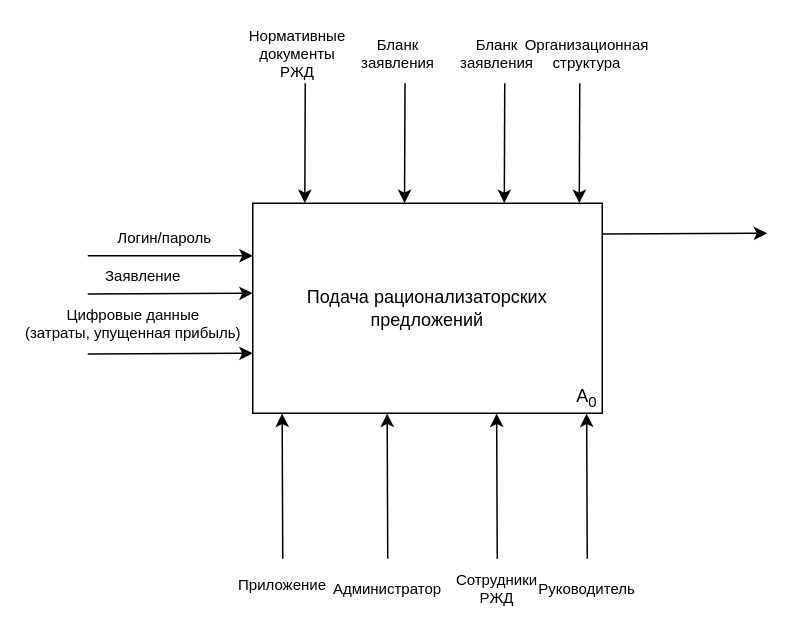
Before: page "Page-1" (1 of 2) of IDEF0.drawio in Ideas-maker/diagram, a draw.io diagram. Source tidied: cells renumbered, new cells numbered last; positions are measured from the earlier drawing's top-left corner, leaving out a move shared by most shapes. Both pictures are drawn from the tidied source at 150%, with x=0, y=0 at pixel (87, 38).
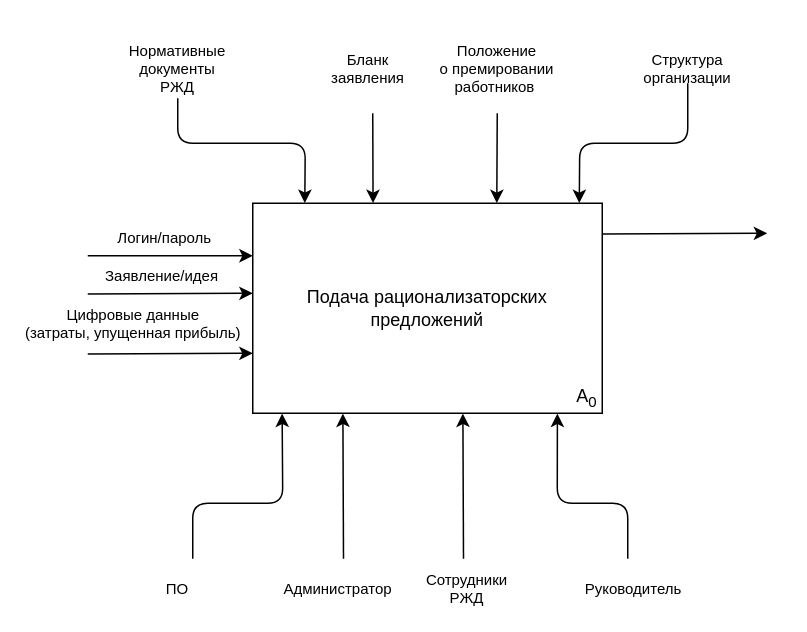
Above is the later version.

Unchanged cells that the change refers to:
```xml
<mxCell id="2" value="Подача рационализаторских предложений" style="rounded=0;whiteSpace=wrap;html=1;" parent="1" vertex="1">
  <mxGeometry x="110" y="110" width="233" height="140" as="geometry" />
</mxCell>
```

Change to the diagram source:
```diff
@@
-    <mxCell id="9" value="Заявление" style="text;html=1;align=left;verticalAlign=top;spacingTop=-4;fontSize=10;" parent="1" vertex="1">
-      <mxGeometry x="10" y="150" width="80" height="20" as="geometry" />
+    <mxCell id="9" value="Заявление/идея" style="text;html=1;align=left;verticalAlign=top;spacingTop=-4;fontSize=10;" parent="1" vertex="1">
+      <mxGeometry x="10" y="150" width="90" height="10" as="geometry" />
     </mxCell>
     <mxCell id="10" style="endArrow=classic;html=1;fontSize=12;entryX=0.127;entryY=1.023;entryDx=0;entryDy=0;entryPerimeter=0;" parent="1" edge="1">
       <mxGeometry relative="1" as="geometry">
-        <mxPoint x="130" y="347" as="sourcePoint" />
+        <mxPoint x="70" y="347" as="sourcePoint" />
         <mxPoint x="129.6" y="250.2" as="targetPoint" />
+        <Array as="points">
+          <mxPoint x="70" y="310" />
+          <mxPoint x="130" y="310" />
+        </Array>
       </mxGeometry>
     </mxCell>
     <mxCell id="11" style="endArrow=classic;html=1;fontSize=12;entryX=0.149;entryY=-0.001;entryDx=0;entryDy=0;entryPerimeter=0;" parent="1" edge="1" target="2">
       <mxGeometry relative="1" as="geometry">
-        <mxPoint x="145" y="30" as="sourcePoint" />
+        <mxPoint x="60" y="40" as="sourcePoint" />
+        <Array as="points">
+          <mxPoint x="60" y="70" />
+          <mxPoint x="145" y="70" />
+        </Array>
       </mxGeometry>
     </mxCell>
     <mxCell id="12" value="Нормативные документы РЖД" style="text;html=1;strokeColor=none;fillColor=none;align=center;verticalAlign=middle;whiteSpace=wrap;rounded=0;fontSize=10;" parent="1" vertex="1">
-      <mxGeometry x="120" width="40" height="20" as="geometry" />
+      <mxGeometry x="40" y="10" width="40" height="20" as="geometry" />
     </mxCell>
     <mxCell id="13" value="Бланк заявления" style="text;html=1;strokeColor=none;fillColor=none;align=center;verticalAlign=middle;whiteSpace=wrap;rounded=0;fontSize=10;" parent="1" vertex="1">
-      <mxGeometry x="186.5" width="40" height="20" as="geometry" />
+      <mxGeometry x="166.5" y="10" width="40" height="20" as="geometry" />
     </mxCell>
     <mxCell id="14" style="endArrow=classic;html=1;fontSize=12;entryX=0.149;entryY=-0.001;entryDx=0;entryDy=0;entryPerimeter=0;" parent="1" edge="1">
       <mxGeometry relative="1" as="geometry">
-        <mxPoint x="211.5" y="30" as="sourcePoint" />
-        <mxPoint x="211.2" y="109.9" as="targetPoint" />
+        <mxPoint x="190" y="50" as="sourcePoint" />
+        <mxPoint x="190.2" y="109.9" as="targetPoint" />
       </mxGeometry>
     </mxCell>
-    <mxCell id="15" value="Бланк заявления" style="text;html=1;strokeColor=none;fillColor=none;align=center;verticalAlign=middle;whiteSpace=wrap;rounded=0;fontSize=10;" parent="1" vertex="1">
-      <mxGeometry x="253" width="40" height="20" as="geometry" />
+    <mxCell id="15" value="&lt;font style=&quot;font-size: 10px&quot;&gt;Положение о&amp;nbsp;&lt;span style=&quot;line-height: 107% ; font-family: &amp;#34;calibri&amp;#34; , sans-serif&quot;&gt;премировании работников&amp;nbsp;&lt;/span&gt;&lt;/font&gt;" style="text;html=1;strokeColor=none;fillColor=none;align=center;verticalAlign=middle;whiteSpace=wrap;rounded=0;fontSize=10;" parent="1" vertex="1">
+      <mxGeometry x="253" y="10" width="40" height="20" as="geometry" />
     </mxCell>
     <mxCell id="16" style="endArrow=classic;html=1;fontSize=12;entryX=0.149;entryY=-0.001;entryDx=0;entryDy=0;entryPerimeter=0;" parent="1" edge="1">
       <mxGeometry relative="1" as="geometry">
-        <mxPoint x="278" y="30" as="sourcePoint" />
-        <mxPoint x="277.7" y="109.9" as="targetPoint" />
+        <mxPoint x="273" y="50" as="sourcePoint" />
+        <mxPoint x="272.7" y="109.9" as="targetPoint" />
       </mxGeometry>
     </mxCell>
-    <mxCell id="17" value="Приложение" style="text;html=1;strokeColor=none;fillColor=none;align=center;verticalAlign=middle;whiteSpace=wrap;rounded=0;fontSize=10;" parent="1" vertex="1">
-      <mxGeometry x="110" y="354" width="40" height="20" as="geometry" />
+    <mxCell id="17" value="ПО" style="text;html=1;strokeColor=none;fillColor=none;align=center;verticalAlign=middle;whiteSpace=wrap;rounded=0;fontSize=10;" parent="1" vertex="1">
+      <mxGeometry x="40" y="357" width="40" height="20" as="geometry" />
     </mxCell>
-    <mxCell id="18" value="Организационная структура" style="text;html=1;strokeColor=none;fillColor=none;align=center;verticalAlign=middle;whiteSpace=wrap;rounded=0;fontSize=10;" parent="1" vertex="1">
-      <mxGeometry x="313" width="40" height="20" as="geometry" />
+    <mxCell id="18" value="Структура организации" style="text;html=1;strokeColor=none;fillColor=none;align=center;verticalAlign=middle;whiteSpace=wrap;rounded=0;fontSize=10;" parent="1" vertex="1">
+      <mxGeometry x="380" y="10" width="40" height="20" as="geometry" />
     </mxCell>
     <mxCell id="19" style="endArrow=classic;html=1;fontSize=12;entryX=0.149;entryY=-0.001;entryDx=0;entryDy=0;entryPerimeter=0;" parent="1" edge="1">
       <mxGeometry relative="1" as="geometry">
-        <mxPoint x="328" y="30" as="sourcePoint" />
+        <mxPoint x="400" y="30" as="sourcePoint" />
         <mxPoint x="327.7" y="109.9" as="targetPoint" />
+        <Array as="points">
+          <mxPoint x="400" y="70" />
+          <mxPoint x="328" y="70" />
+        </Array>
       </mxGeometry>
     </mxCell>
     <mxCell id="20" style="endArrow=classic;html=1;fontSize=12;entryX=0.127;entryY=1.023;entryDx=0;entryDy=0;entryPerimeter=0;" parent="1" edge="1">
       <mxGeometry relative="1" as="geometry">
-        <mxPoint x="200" y="347" as="sourcePoint" />
-        <mxPoint x="199.6" y="250.2" as="targetPoint" />
+        <mxPoint x="170.5" y="347" as="sourcePoint" />
+        <mxPoint x="170.1" y="250.2" as="targetPoint" />
       </mxGeometry>
     </mxCell>
     <mxCell id="21" value="Администратор" style="text;html=1;strokeColor=none;fillColor=none;align=center;verticalAlign=middle;whiteSpace=wrap;rounded=0;fontSize=10;" parent="1" vertex="1">
-      <mxGeometry x="180" y="357" width="40" height="20" as="geometry" />
+      <mxGeometry x="146.5" y="357" width="40" height="20" as="geometry" />
     </mxCell>
     <mxCell id="22" style="endArrow=classic;html=1;fontSize=12;entryX=0.127;entryY=1.023;entryDx=0;entryDy=0;entryPerimeter=0;" parent="1" edge="1">
       <mxGeometry relative="1" as="geometry">
-        <mxPoint x="273" y="347" as="sourcePoint" />
-        <mxPoint x="272.6" y="250.2" as="targetPoint" />
+        <mxPoint x="250.5" y="347" as="sourcePoint" />
+        <mxPoint x="250.1" y="250.2" as="targetPoint" />
       </mxGeometry>
     </mxCell>
     <mxCell id="23" value="Сотрудники РЖД" style="text;html=1;strokeColor=none;fillColor=none;align=center;verticalAlign=middle;whiteSpace=wrap;rounded=0;fontSize=10;" parent="1" vertex="1">
-      <mxGeometry x="253" y="357" width="40" height="20" as="geometry" />
+      <mxGeometry x="233" y="357" width="40" height="20" as="geometry" />
     </mxCell>
     <mxCell id="24" value="Руководитель" style="text;html=1;strokeColor=none;fillColor=none;align=center;verticalAlign=middle;whiteSpace=wrap;rounded=0;fontSize=10;" parent="1" vertex="1">
-      <mxGeometry x="313" y="357" width="40" height="20" as="geometry" />
+      <mxGeometry x="344" y="357" width="40" height="20" as="geometry" />
     </mxCell>
     <mxCell id="25" style="endArrow=classic;html=1;fontSize=12;entryX=0.127;entryY=1.023;entryDx=0;entryDy=0;entryPerimeter=0;" parent="1" edge="1">
       <mxGeometry relative="1" as="geometry">
-        <mxPoint x="333" y="347" as="sourcePoint" />
-        <mxPoint x="332.6" y="250.2" as="targetPoint" />
+        <mxPoint x="360" y="347" as="sourcePoint" />
+        <mxPoint x="313.1" y="250.2" as="targetPoint" />
+        <Array as="points">
+          <mxPoint x="360" y="310" />
+          <mxPoint x="313" y="310" />
+        </Array>
       </mxGeometry>
     </mxCell>
```
